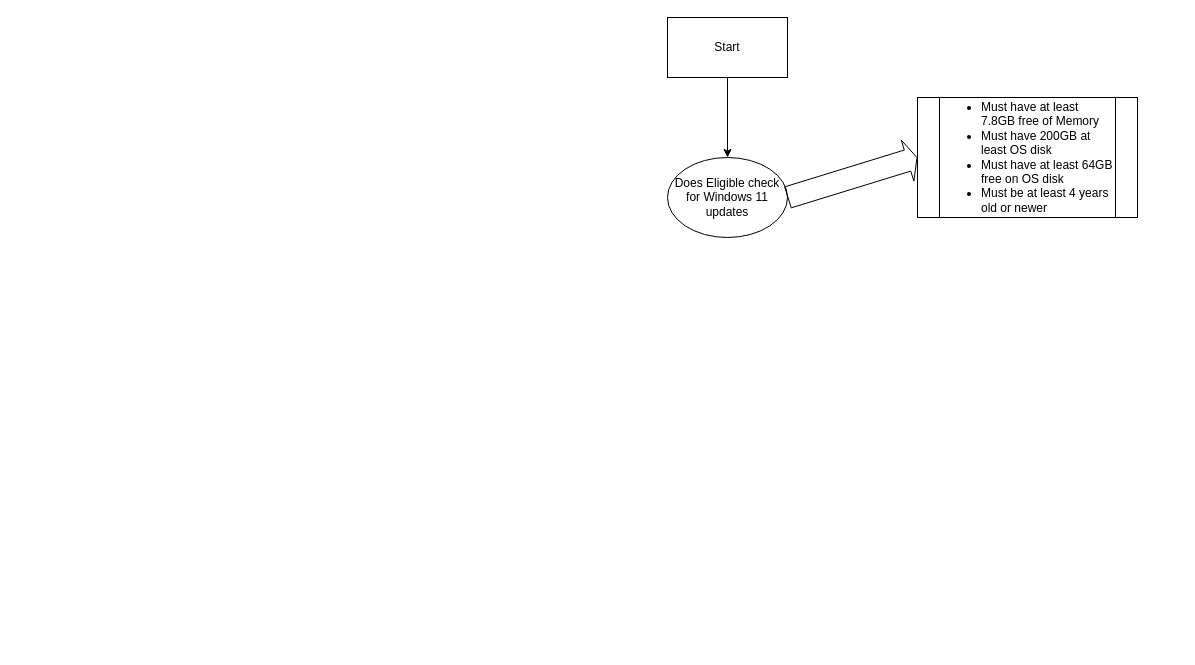
Earlier version of the draw.io diagram Windows11/UpgradeEligibleWindows10Devices.drawio (nurollinsiii/Ninja_Scripts). Source tidied: cells renumbered, new cells numbered last; positions are measured from the earlier drawing's top-left corner, leaving out a move shared by most shapes. Both pictures are drawn from the tidied source at 100%, with x=0, y=0 at pixel (667, 17).
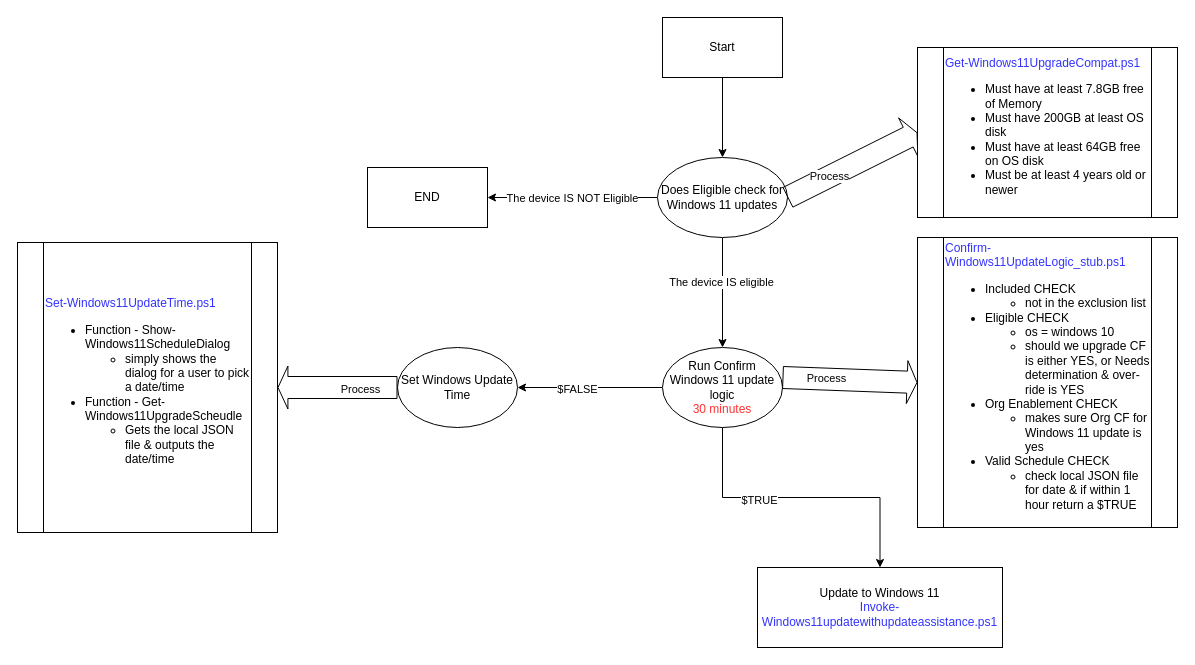
The same diagram, later.

Unchanged cells that the change refers to:
```xml
<mxCell id="5" style="shape=flexArrow;endArrow=classic;html=1;rounded=0;width=22;endSize=2.97;exitX=1;exitY=0.5;exitDx=0;exitDy=0;entryX=0;entryY=0.5;entryDx=0;entryDy=0;" parent="1" edge="1" source="4" target="6">
  <mxGeometry relative="1" as="geometry" />
</mxCell>
```

Change to the diagram source:
```diff
@@
     <mxCell id="3" value="Start" style="rounded=0;whiteSpace=wrap;html=1;" parent="1" vertex="1">
-      <mxGeometry width="120" height="60" as="geometry" />
+      <mxGeometry x="-5" width="120" height="60" as="geometry" />
     </mxCell>
+    <mxCell id="7" style="edgeStyle=orthogonalEdgeStyle;rounded=0;jettySize=auto;html=1;exitX=0;exitY=0.5;exitDx=0;exitDy=0;entryX=1;entryY=0.5;entryDx=0;entryDy=0;" parent="1" edge="1" source="4" target="12">
+      <mxGeometry relative="1" as="geometry" />
+    </mxCell>
+    <mxCell id="8" value="The device IS NOT Eligible" style="edgeLabel;html=1;align=center;verticalAlign=middle;" parent="7" vertex="1">
+      <mxGeometry x="0.23" y="-3" relative="1" as="geometry">
+        <mxPoint x="19" y="3" as="offset" />
+      </mxGeometry>
+    </mxCell>
+    <mxCell id="9" style="edgeStyle=orthogonalEdgeStyle;rounded=0;jettySize=auto;html=1;entryX=0.5;entryY=0;entryDx=0;entryDy=0;" parent="1" edge="1" source="4" target="17">
+      <mxGeometry relative="1" as="geometry" />
+    </mxCell>
+    <mxCell id="10" value="The device IS eligible" style="edgeLabel;html=1;align=center;verticalAlign=middle;" parent="9" vertex="1">
+      <mxGeometry x="-0.2" y="-2" relative="1" as="geometry" />
+    </mxCell>
     <mxCell id="4" value="Does Eligible check for Windows 11 updates" style="ellipse;whiteSpace=wrap;html=1;" parent="1" vertex="1">
-      <mxGeometry y="140" width="120" height="80" as="geometry" />
+      <mxGeometry x="-10" y="140" width="130" height="80" as="geometry" />
     </mxCell>
@@
+    <mxCell id="11" value="Process" style="edgeLabel;html=1;align=center;verticalAlign=middle;" parent="5" vertex="1">
+      <mxGeometry x="-0.36" y="1" relative="1" as="geometry" />
+    </mxCell>
-    <mxCell id="6" value="&lt;ul&gt;&lt;li&gt;Must have at least 7.8GB free of Memory&lt;/li&gt;&lt;li&gt;Must have 200GB at least OS disk&lt;/li&gt;&lt;li&gt;Must have at least 64GB free on OS disk&lt;/li&gt;&lt;li&gt;Must be at least 4 years old or newer&lt;/li&gt;&lt;/ul&gt;" style="shape=process;whiteSpace=wrap;html=1;backgroundOutline=1;align=left;" parent="1" vertex="1">
-      <mxGeometry x="250" y="80" width="220" height="120" as="geometry" />
+    <mxCell id="6" value="&lt;div&gt;&lt;font style=&quot;color: rgb(51, 51, 255);&quot;&gt;Get-Windows11UpgradeCompat.ps1&lt;/font&gt;&lt;/div&gt;&lt;ul&gt;&lt;li&gt;Must have at least 7.8GB free of Memory&lt;/li&gt;&lt;li&gt;Must have 200GB at least OS disk&lt;/li&gt;&lt;li&gt;Must have at least 64GB free on OS disk&lt;/li&gt;&lt;li&gt;Must be at least 4 years old or newer&lt;/li&gt;&lt;/ul&gt;" style="shape=process;whiteSpace=wrap;html=1;backgroundOutline=1;align=left;" parent="1" vertex="1">
+      <mxGeometry x="250" y="30" width="260" height="170" as="geometry" />
     </mxCell>
+    <mxCell id="12" value="END" style="rounded=0;whiteSpace=wrap;html=1;" parent="1" vertex="1">
+      <mxGeometry x="-300" y="150" width="120" height="60" as="geometry" />
+    </mxCell>
+    <mxCell id="13" style="edgeStyle=orthogonalEdgeStyle;rounded=0;jettySize=auto;html=1;exitX=0.5;exitY=1;exitDx=0;exitDy=0;entryX=0.5;entryY=0;entryDx=0;entryDy=0;" parent="1" edge="1" source="17" target="21">
+      <mxGeometry relative="1" as="geometry" />
+    </mxCell>
+    <mxCell id="14" value="$TRUE" style="edgeLabel;html=1;align=center;verticalAlign=middle;" parent="13" vertex="1">
+      <mxGeometry x="-0.29" y="-2" relative="1" as="geometry" />
+    </mxCell>
+    <mxCell id="15" style="edgeStyle=orthogonalEdgeStyle;rounded=0;jettySize=auto;html=1;exitX=0;exitY=0.5;exitDx=0;exitDy=0;entryX=1;entryY=0.5;entryDx=0;entryDy=0;" parent="1" edge="1" source="17" target="22">
+      <mxGeometry relative="1" as="geometry" />
+    </mxCell>
+    <mxCell id="16" value="$FALSE" style="edgeLabel;html=1;align=center;verticalAlign=middle;" parent="15" vertex="1">
+      <mxGeometry x="0.19" y="1" relative="1" as="geometry" />
+    </mxCell>
+    <mxCell id="17" value="Run Confirm Windows 11 update logic&lt;br&gt;&lt;font style=&quot;color: rgb(255, 51, 51);&quot;&gt;30 minutes&lt;/font&gt;" style="ellipse;whiteSpace=wrap;html=1;" parent="1" vertex="1">
+      <mxGeometry x="-5" y="330" width="120" height="80" as="geometry" />
+    </mxCell>
+    <mxCell id="18" style="shape=flexArrow;endArrow=classic;html=1;rounded=0;width=22;endSize=2.97;exitX=1;exitY=0.375;exitDx=0;exitDy=0;exitPerimeter=0;entryX=0;entryY=0.5;entryDx=0;entryDy=0;" parent="1" edge="1" source="17" target="20">
+      <mxGeometry relative="1" as="geometry" />
+    </mxCell>
+    <mxCell id="19" value="Process" style="edgeLabel;html=1;align=center;verticalAlign=middle;" parent="18" vertex="1">
+      <mxGeometry x="-0.36" y="1" relative="1" as="geometry" />
+    </mxCell>
+    <mxCell id="20" value="&lt;div&gt;&lt;font style=&quot;color: rgb(51, 51, 255);&quot;&gt;Confirm-Windows11UpdateLogic_stub.ps1&lt;/font&gt;&lt;/div&gt;&lt;ul&gt;&lt;li&gt;Included CHECK&lt;/li&gt;&lt;ul&gt;&lt;li&gt;not in the exclusion list&lt;/li&gt;&lt;/ul&gt;&lt;li&gt;Eligible CHECK&lt;/li&gt;&lt;ul&gt;&lt;li&gt;os = windows 10&lt;/li&gt;&lt;li style=&quot;&quot;&gt;should we upgrade CF is either YES, or Needs determination &amp;amp; over-ride is YES&lt;/li&gt;&lt;/ul&gt;&lt;li&gt;Org Enablement CHECK&lt;/li&gt;&lt;ul&gt;&lt;li&gt;makes sure Org CF for Windows 11 update is yes&lt;/li&gt;&lt;/ul&gt;&lt;li&gt;Valid Schedule CHECK&lt;/li&gt;&lt;ul&gt;&lt;li&gt;check local JSON file for date &amp;amp; if within 1 hour return a $TRUE&lt;/li&gt;&lt;/ul&gt;&lt;/ul&gt;" style="shape=process;whiteSpace=wrap;html=1;backgroundOutline=1;align=left;" parent="1" vertex="1">
+      <mxGeometry x="250" y="220" width="260" height="290" as="geometry" />
+    </mxCell>
+    <mxCell id="21" value="Update to Windows 11&lt;div&gt;&lt;font style=&quot;color: rgb(51, 51, 255);&quot;&gt;Invoke-Windows11updatewithupdateassistance.ps1&lt;/font&gt;&lt;/div&gt;" style="rounded=0;whiteSpace=wrap;html=1;" parent="1" vertex="1">
+      <mxGeometry x="90" y="550" width="245" height="80" as="geometry" />
+    </mxCell>
+    <mxCell id="22" value="Set Windows Update Time" style="ellipse;whiteSpace=wrap;html=1;" parent="1" vertex="1">
+      <mxGeometry x="-270" y="330" width="120" height="80" as="geometry" />
+    </mxCell>
+    <mxCell id="23" style="shape=flexArrow;endArrow=classic;html=1;rounded=0;width=22;endSize=2.97;exitX=0;exitY=0.5;exitDx=0;exitDy=0;entryX=1;entryY=0.5;entryDx=0;entryDy=0;" parent="1" edge="1" source="22" target="25">
+      <mxGeometry relative="1" as="geometry" />
+    </mxCell>
+    <mxCell id="24" value="Process" style="edgeLabel;html=1;align=center;verticalAlign=middle;" parent="23" vertex="1">
+      <mxGeometry x="-0.36" y="1" relative="1" as="geometry" />
+    </mxCell>
+    <mxCell id="25" value="&lt;div&gt;&lt;font style=&quot;color: rgb(51, 51, 255);&quot;&gt;Set-Windows11UpdateTime.ps1&lt;/font&gt;&lt;/div&gt;&lt;ul&gt;&lt;li&gt;Function - Show-Windows11ScheduleDialog&lt;/li&gt;&lt;ul&gt;&lt;li&gt;simply shows the dialog for a user to pick a date/time&lt;/li&gt;&lt;/ul&gt;&lt;li&gt;Function - Get-Windows11UpgradeScheudle&lt;/li&gt;&lt;ul&gt;&lt;li&gt;Gets the local JSON file &amp;amp; outputs the date/time&lt;/li&gt;&lt;/ul&gt;&lt;/ul&gt;" style="shape=process;whiteSpace=wrap;html=1;backgroundOutline=1;align=left;" parent="1" vertex="1">
+      <mxGeometry x="-650" y="225" width="260" height="290" as="geometry" />
+    </mxCell>
```
